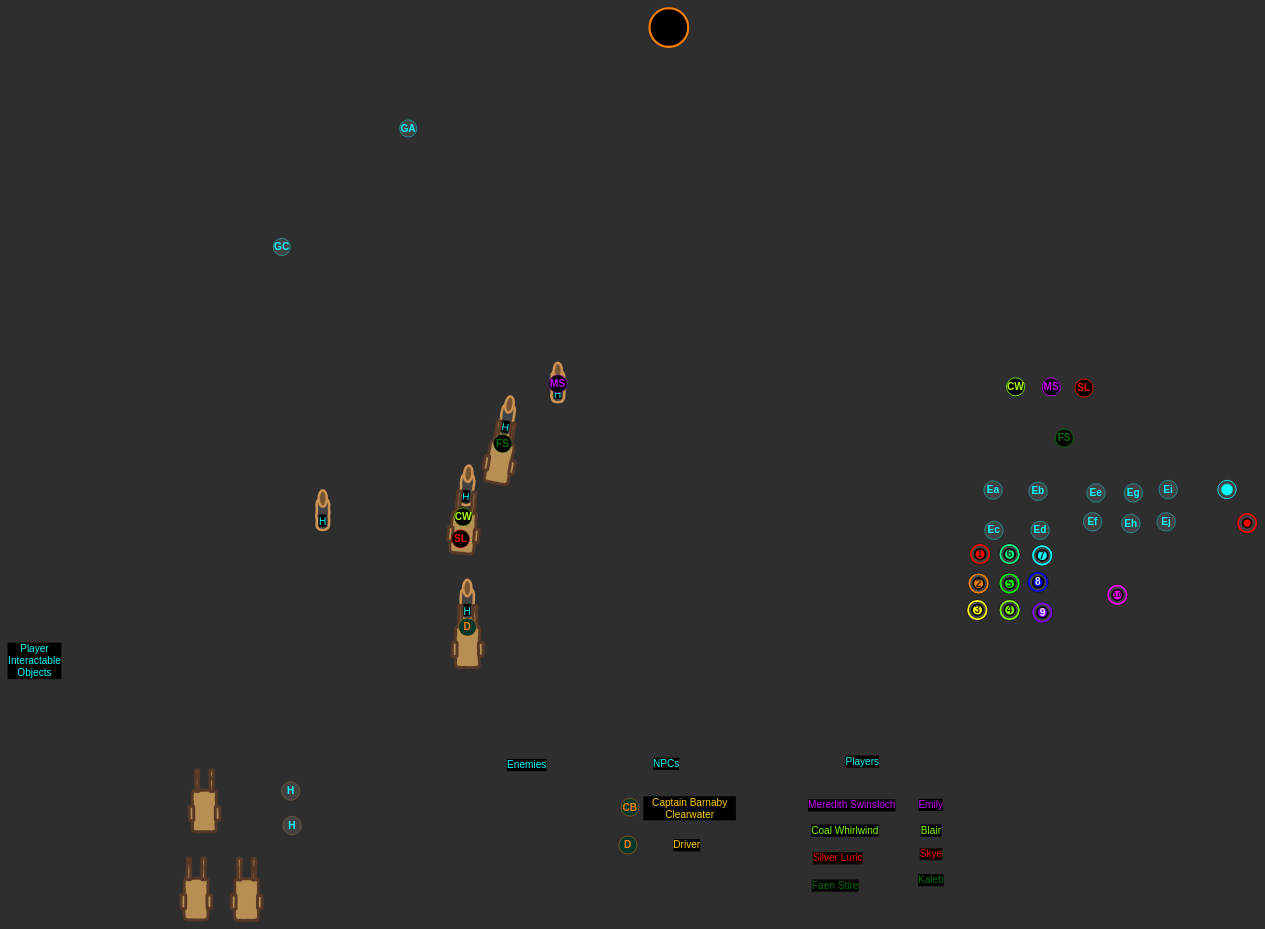
PanGalacticTech/MapMaster keeps this draw.io diagram as MapMaster DM's Screen/map_icons/Icon Creation/icon_creation.drawio. Above is the earlier version. Source tidied: cells renumbered, new cells numbered last; positions are measured from the earlier drawing's top-left corner, leaving out a move shared by most shapes. Both pictures are drawn from the tidied source at 42%, with x=0, y=0 at pixel (7, 8).
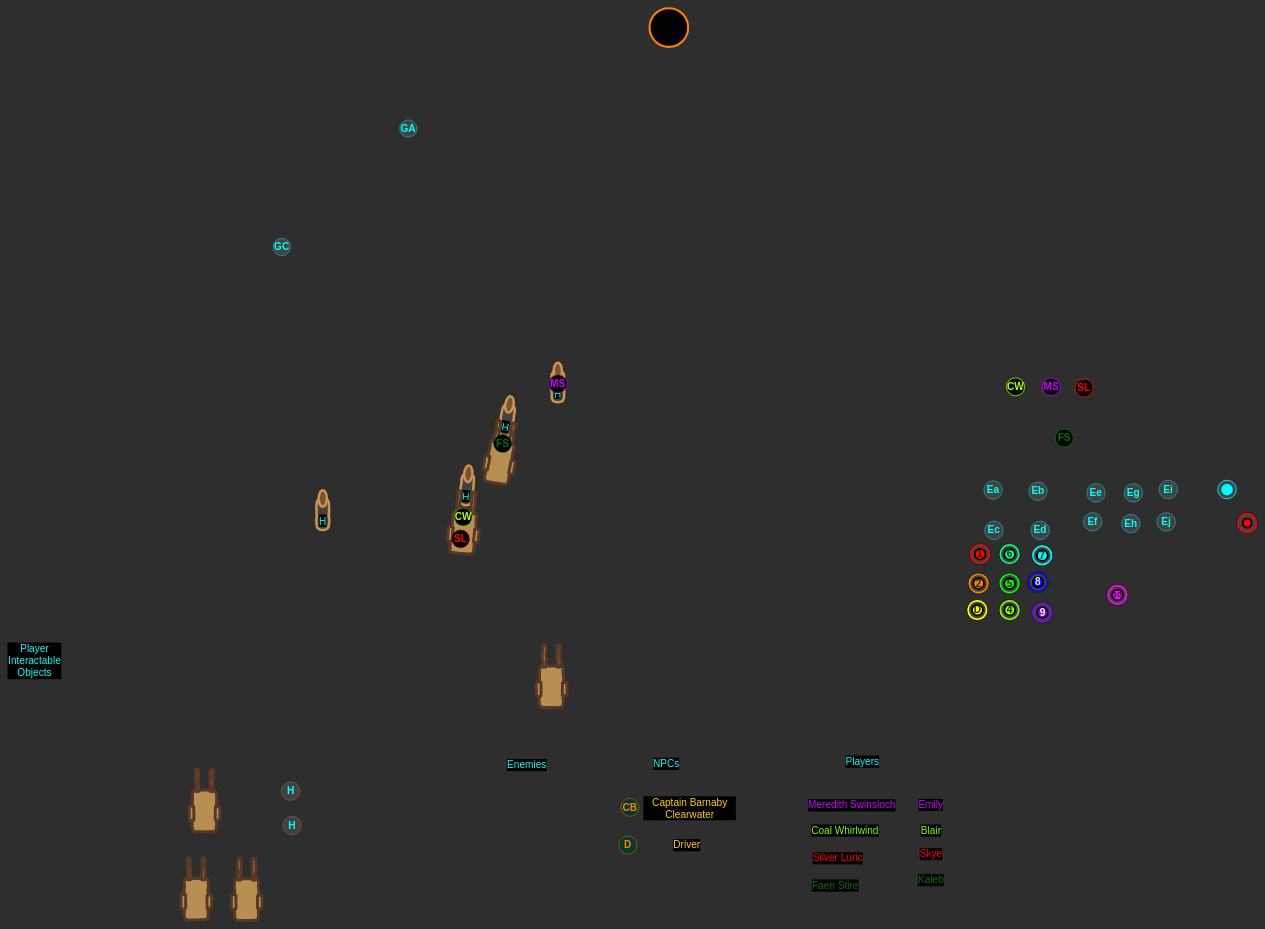
The same page after the edit.

The edit, as a diff of the source:
```diff
@@
     <mxCell id="28" style="group;" parent="1" vertex="1">
-      <mxGeometry x="1059.7" y="1422" width="73" height="147.8" as="geometry" />
+      <mxGeometry x="1259.5" y="1517" width="73" height="147.8" as="geometry" />
     </mxCell>
-    <mxCell id="29" style="group;" parent="28" vertex="1">
-      <mxGeometry x="20.5" y="-61" width="30" height="94.5" as="geometry" />
-    </mxCell>
-    <mxCell id="30" value="H" style="rounded=1;whiteSpace=wrap;html=1;labelBackgroundColor=#000000;comic=1;sketch=1;sketchStyle=comic;strokeColor=#CC9252;strokeWidth=6;fillColor=#424242;fontSize=24;fontColor=#00FFFF;arcSize=48;rotation=-90;horizontal=0;verticalAlign=top;" parent="29" vertex="1">
-      <mxGeometry x="-22.5" y="42" width="75" height="30" as="geometry" />
-    </mxCell>
-    <mxCell id="31" style="ellipse;whiteSpace=wrap;html=1;labelBackgroundColor=#000000;comic=1;sketch=1;sketchStyle=comic;strokeColor=#CC9252;strokeWidth=6;fontSize=24;fontColor=#00FFFF;fillColor=#75542F;" parent="29" vertex="1">
-      <mxGeometry x="5.2" width="19.5" height="39" as="geometry" />
-    </mxCell>
@@
-    <mxCell id="37" value="&lt;font color=&quot;#ff8000&quot;&gt;D&lt;/font&gt;" style="ellipse;whiteSpace=wrap;html=1;fontSize=24;fontStyle=1;fontColor=#AEFF0D;rotation=0;strokeColor=#FF8000;fillColor=#07382E;" parent="28" vertex="1">
-      <mxGeometry x="14.5" y="30" width="43" height="43" as="geometry" />
-    </mxCell>
@@
-    <mxCell id="106" value="3" style="ellipse;whiteSpace=wrap;html=1;fontSize=24;fontStyle=1;rotation=0;direction=west;strokeWidth=4;labelBackgroundColor=none;fontColor=#242424;fillColor=#FFFF00;" parent="1" vertex="1">
+    <mxCell id="106" value="D" style="ellipse;whiteSpace=wrap;html=1;fontSize=24;fontStyle=1;rotation=0;direction=west;strokeWidth=4;labelBackgroundColor=none;fontColor=#242424;fillColor=#FFFF00;" parent="1" vertex="1">
       <mxGeometry x="2296.9" y="1420.1" width="25.7" height="25.7" as="geometry" />
     </mxCell>
```
